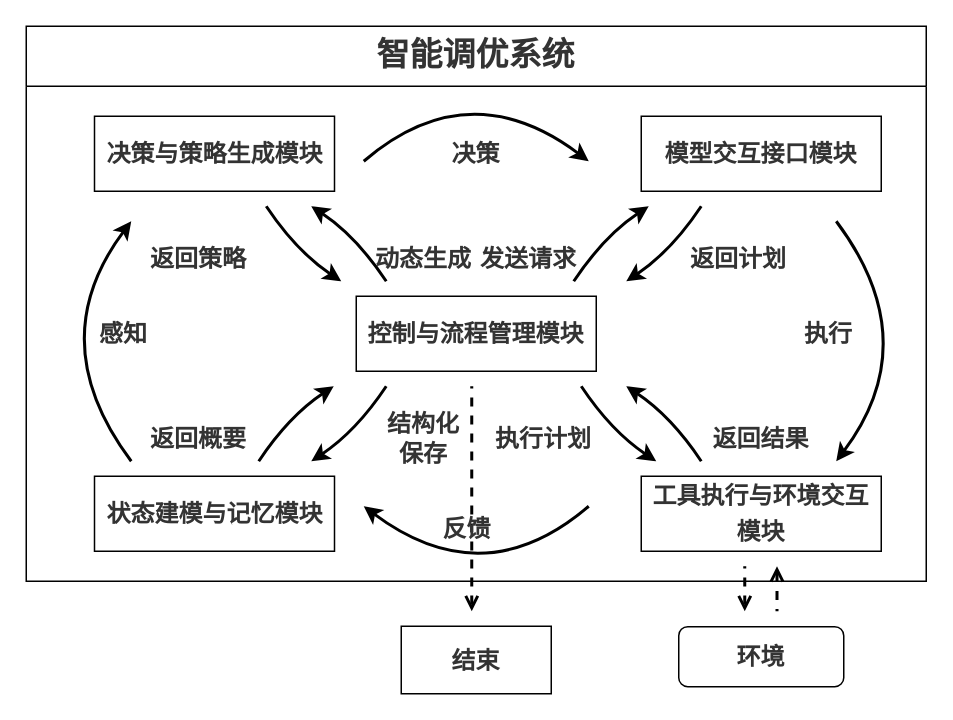
DonCoyi/_pictures keeps this draw.io diagram as page "第 3 页" (3 of 14) of KernelTuneAgent.drawio. Above is the earlier version. Source tidied: cells renumbered, new cells numbered last; positions are measured from the earlier drawing's top-left corner, leaving out a move shared by most shapes. Both pictures are drawn from the tidied source at 150%, with x=0, y=0 at pixel (26, 26).
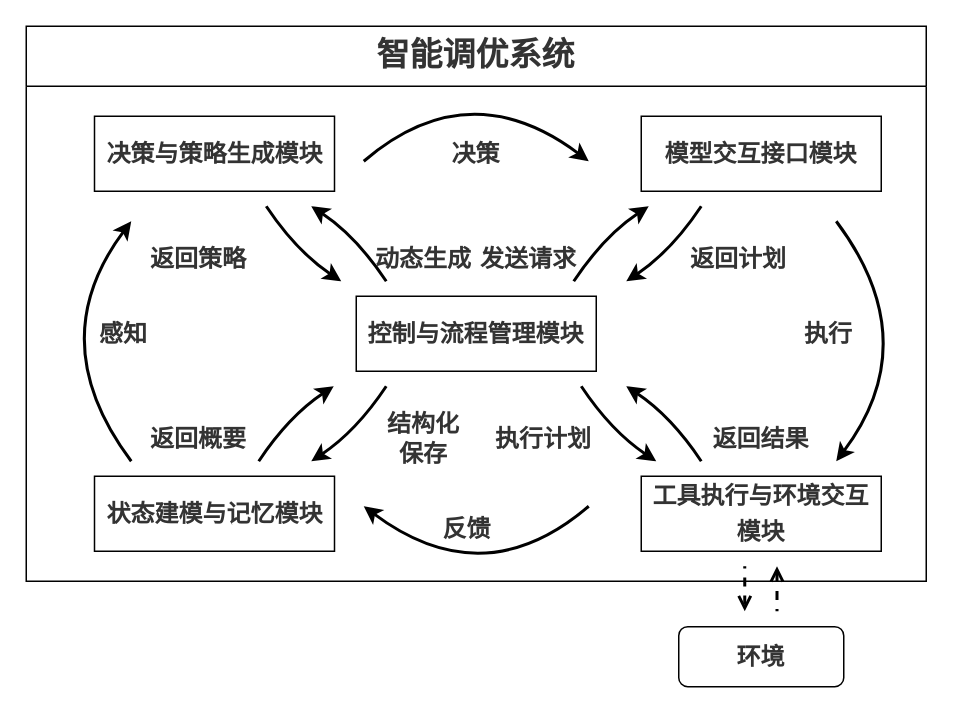
Above is the later version.

Diff of the diagram source:
```diff
@@
-    <mxCell id="2" style="endArrow=none;startArrow=open;html=1;rounded=0;dashed=1;startFill=0;endFill=0;strokeWidth=2;fontColor=#333333;fontFamily=宋体;fontSize=16;" parent="1" edge="1">
-      <mxGeometry relative="1" as="geometry">
-        <mxPoint x="297" y="390" as="sourcePoint" />
-        <mxPoint x="297" y="240" as="targetPoint" />
-      </mxGeometry>
-    </mxCell>
@@
-    <mxCell id="36" value="&lt;font&gt;&lt;b&gt;结束&lt;/b&gt;&lt;/font&gt;" style="rounded=0;whiteSpace=wrap;html=1;fontColor=#333333;fontFamily=宋体;fontSize=16;" parent="1" vertex="1">
-      <mxGeometry x="250" y="400" width="100" height="45" as="geometry" />
-    </mxCell>
```
